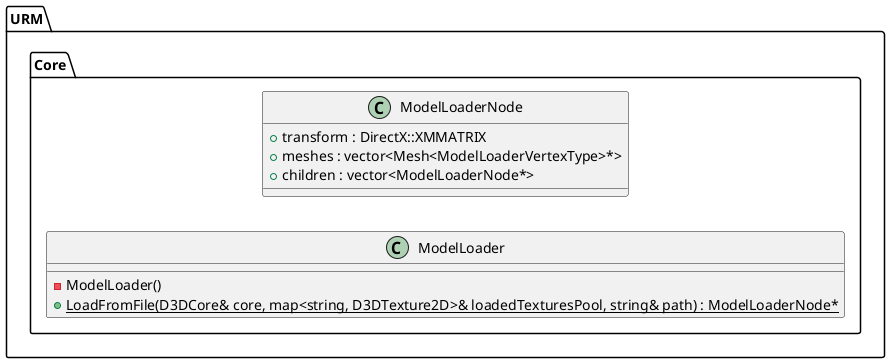
Before: Latex/images/UML/modelloader.png, a diagram exported from PlantUML (MinikPLayer/MasterThesis_UniversalRenderingModule_D3D11).
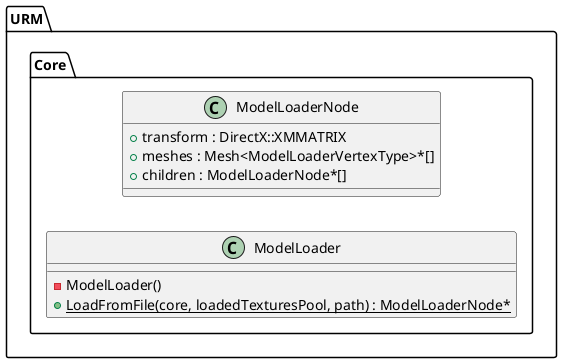
After the commit.

What changed in the source:
```diff
@@ -10,13 +10,13 @@
 	namespace Core {
 		class ModelLoader {
 			-ModelLoader()
-			+{static} LoadFromFile(D3DCore& core, map<string, D3DTexture2D>& loadedTexturesPool, string& path) : ModelLoaderNode*
+			+{static} LoadFromFile(core, loadedTexturesPool, path) : ModelLoaderNode*
 		}
 
 		class ModelLoaderNode {
 			+transform : DirectX::XMMATRIX
-			+meshes : vector<Mesh<ModelLoaderVertexType>*>
-			+children : vector<ModelLoaderNode*>
+			+meshes : Mesh<ModelLoaderVertexType>*[]
+			+children : ModelLoaderNode*[]
 		}
 	}
 }
```
